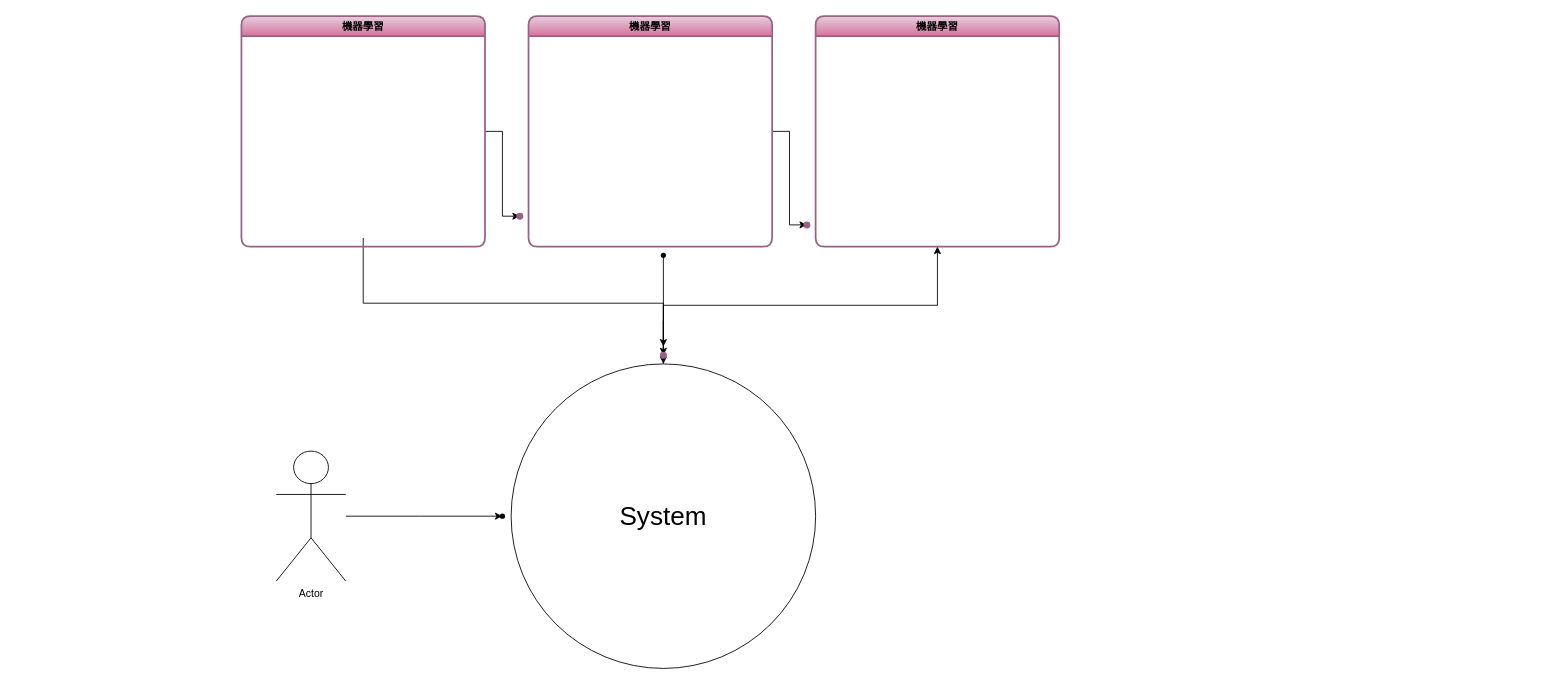
Before: 未命名绘图.drawio in DoraReducator/DoraReducator, a draw.io diagram. Source tidied: cells renumbered, new cells numbered last; positions are measured from the earlier drawing's top-left corner, leaving out a move shared by most shapes. Both pictures are drawn from the tidied source at 87%, with x=0, y=0 at pixel (241, 16). Pictures stored in the file or linked from it are replaced by grey dashed boxes.
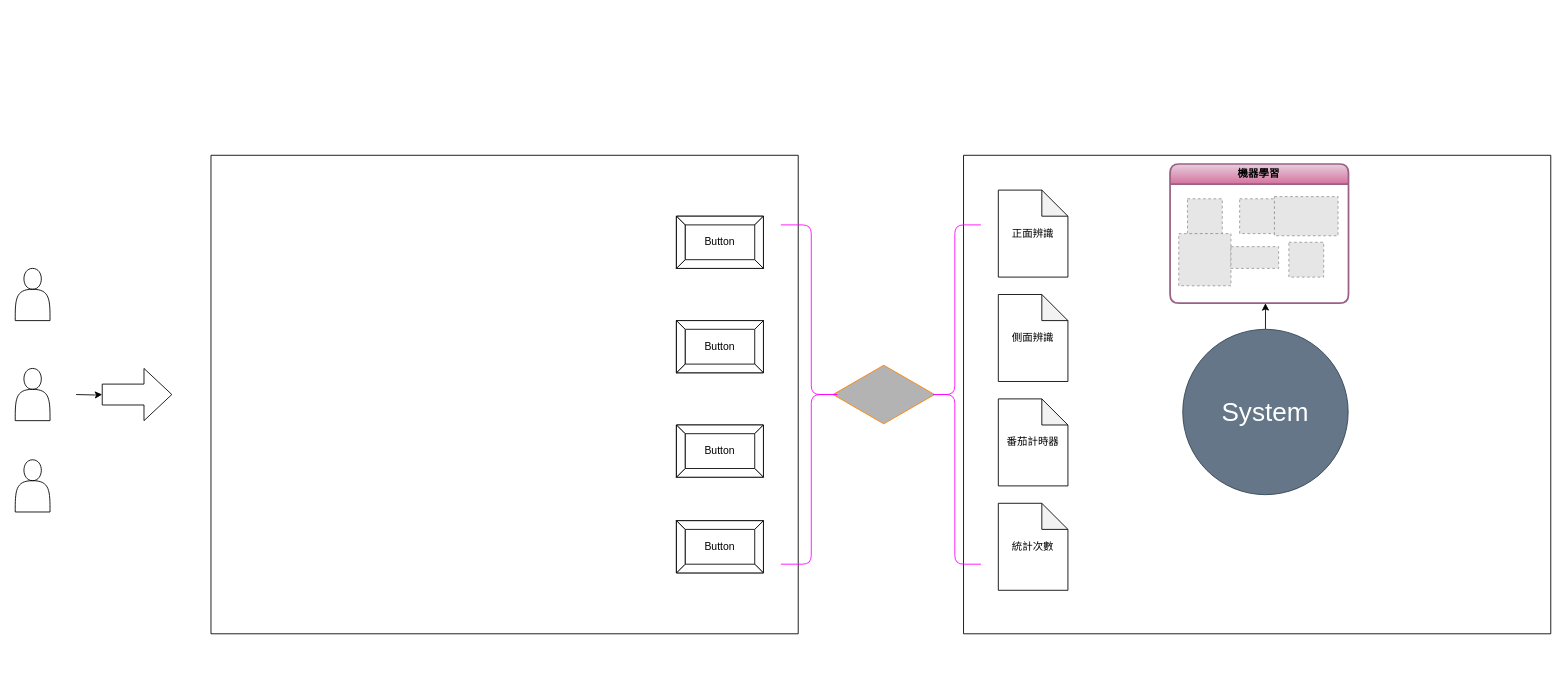
The same page after the edit.

Commit message (it also covers changes not shown here):
更新未命名绘图.drawio

Diff of the diagram source:
```diff
@@
-    <mxCell id="2" style="edgeStyle=orthogonalEdgeStyle;rounded=0;jettySize=auto;html=1;" parent="1" edge="1" source="4" target="10">
-      <mxGeometry relative="1" as="geometry" />
-    </mxCell>
-    <mxCell id="3" style="edgeStyle=orthogonalEdgeStyle;rounded=0;orthogonalLoop=1;jettySize=auto;html=1;" parent="1" edge="1">
-      <mxGeometry relative="1" as="geometry">
-        <mxPoint x="140" y="255" as="sourcePoint" />
-        <mxPoint x="485" y="379.8" as="targetPoint" />
-        <Array as="points">
-          <mxPoint x="140" y="330" />
-          <mxPoint x="485" y="330" />
-        </Array>
-      </mxGeometry>
-    </mxCell>
+    <mxCell id="19" style="edgeStyle=orthogonalEdgeStyle;rounded=0;jettySize=auto;html=1;" parent="1" edge="1" target="32">
+      <mxGeometry relative="1" as="geometry">
+        <mxPoint x="-190" y="435" as="sourcePoint" />
+      </mxGeometry>
+    </mxCell>
+    <mxCell id="20" style="swimlane;startSize=0;" parent="1" vertex="1">
+      <mxGeometry x="830" y="160" width="675" height="550" as="geometry" />
+    </mxCell>
-    <mxCell id="4" value="機器學習" style="swimlane;whiteSpace=wrap;html=1;fillColor=#e6d0de;strokeColor=#996185;gradientColor=#d5739d;fontFamily=Times New Roman;strokeWidth=2;rounded=1;glass=0;shadow=0;" parent="1" vertex="1">
-      <mxGeometry width="280" height="265" as="geometry" />
+    <mxCell id="4" value="機器學習" style="swimlane;whiteSpace=wrap;html=1;fillColor=#e6d0de;strokeColor=#996185;gradientColor=#d5739d;fontFamily=Times New Roman;strokeWidth=2;rounded=1;glass=0;shadow=0;" parent="20" vertex="1">
+      <mxGeometry x="237.4" y="10" width="205.1" height="160" as="geometry" />
     </mxCell>
-    <mxCell id="5" style="edgeStyle=orthogonalEdgeStyle;rounded=0;jettySize=auto;html=1;" parent="1" edge="1" source="6" target="14">
-      <mxGeometry relative="1" as="geometry" />
-    </mxCell>
-    <mxCell id="6" value="Actor" style="shape=umlActor;verticalLabelPosition=bottom;verticalAlign=top;html=1;outlineConnect=0;" parent="1" vertex="1">
-      <mxGeometry x="40" y="500" width="80" height="149.5" as="geometry" />
-    </mxCell>
-    <mxCell id="7" style="edgeStyle=orthogonalEdgeStyle;rounded=0;jettySize=auto;html=1;" parent="1" edge="1" source="8" target="11">
-      <mxGeometry relative="1" as="geometry" />
-    </mxCell>
-    <mxCell id="8" value="機器學習" style="swimlane;whiteSpace=wrap;html=1;fillColor=#e6d0de;strokeColor=#996185;gradientColor=#d5739d;fontFamily=Times New Roman;strokeWidth=2;rounded=1;glass=0;shadow=0;" parent="1" vertex="1">
-      <mxGeometry x="330" width="280" height="265" as="geometry" />
-    </mxCell>
-    <mxCell id="9" value="機器學習" style="swimlane;whiteSpace=wrap;html=1;fillColor=#e6d0de;strokeColor=#996185;gradientColor=#d5739d;fontFamily=Times New Roman;strokeWidth=2;rounded=1;glass=0;shadow=0;" parent="1" vertex="1">
-      <mxGeometry x="660" width="280" height="265" as="geometry" />
-    </mxCell>
-    <mxCell id="10" style="shape=waypoint;sketch=0;size=6;points=[];fillColor=#e6d0de;perimeter=centerPerimeter;snapToPoint=1;fontFamily=Times New Roman;strokeColor=#996185;fontStyle=1;startSize=23;gradientColor=#d5739d;strokeWidth=2;rounded=1;glass=0;shadow=0;" parent="1" vertex="1">
-      <mxGeometry x="310" y="220" width="20" height="20" as="geometry" />
-    </mxCell>
-    <mxCell id="11" style="shape=waypoint;sketch=0;size=6;points=[];fillColor=#e6d0de;perimeter=centerPerimeter;snapToPoint=1;fontFamily=Times New Roman;strokeColor=#996185;fontStyle=1;startSize=23;gradientColor=#d5739d;strokeWidth=2;rounded=1;glass=0;shadow=0;" parent="1" vertex="1">
-      <mxGeometry x="640" y="230" width="20" height="20" as="geometry" />
-    </mxCell>
-    <mxCell id="12" style="edgeStyle=orthogonalEdgeStyle;rounded=0;jettySize=auto;html=1;entryX=0.5;entryY=1;entryDx=0;entryDy=0;" parent="1" edge="1" source="13" target="9">
-      <mxGeometry relative="1" as="geometry" />
-    </mxCell>
+    <mxCell id="21" style="fillColor=#E6E6E6;strokeColor=#999999;dashed=1;verticalLabelPosition=bottom;verticalAlign=top;" parent="4" vertex="1">
+      <mxGeometry x="20" y="40" width="40" height="40" as="geometry" />
+    </mxCell>
+    <mxCell id="22" style="fillColor=#E6E6E6;strokeColor=#999999;dashed=1;verticalLabelPosition=bottom;verticalAlign=top;" parent="4" vertex="1">
+      <mxGeometry x="80" y="40" width="40" height="40" as="geometry" />
+    </mxCell>
+    <mxCell id="23" style="fillColor=#E6E6E6;strokeColor=#999999;dashed=1;verticalLabelPosition=bottom;verticalAlign=top;" parent="4" vertex="1">
+      <mxGeometry x="10" y="80" width="60" height="60" as="geometry" />
+    </mxCell>
+    <mxCell id="24" style="fillColor=#E6E6E6;strokeColor=#999999;dashed=1;verticalLabelPosition=bottom;verticalAlign=top;" parent="4" vertex="1">
+      <mxGeometry x="120" y="37.5" width="73.1" height="45" as="geometry" />
+    </mxCell>
+    <mxCell id="25" style="fillColor=#E6E6E6;strokeColor=#999999;dashed=1;verticalLabelPosition=bottom;verticalAlign=top;" parent="4" vertex="1">
+      <mxGeometry x="70" y="95" width="54.8" height="25" as="geometry" />
+    </mxCell>
+    <mxCell id="26" style="fillColor=#E6E6E6;strokeColor=#999999;dashed=1;verticalLabelPosition=bottom;verticalAlign=top;" parent="4" vertex="1">
+      <mxGeometry x="136.6" y="90" width="40" height="40" as="geometry" />
+    </mxCell>
+    <mxCell id="27" style="edgeStyle=orthogonalEdgeStyle;rounded=0;jettySize=auto;html=1;" parent="20" edge="1" source="13">
+      <mxGeometry relative="1" as="geometry">
+        <mxPoint x="347" y="170" as="targetPoint" />
+      </mxGeometry>
+    </mxCell>
-    <mxCell id="13" value="&lt;font style=&quot;font-size: 30px;&quot;&gt;System&lt;/font&gt;" style="ellipse;whiteSpace=wrap;html=1;fontFamily=Helvetica;" parent="1" vertex="1">
-      <mxGeometry x="310" y="399.8" width="350" height="350" as="geometry" />
+    <mxCell id="13" value="&lt;font style=&quot;font-size: 30px;&quot;&gt;System&lt;/font&gt;" style="ellipse;whiteSpace=wrap;html=1;fontFamily=Helvetica;fillColor=#647687;strokeColor=#314354;fontColor=#ffffff;" parent="20" vertex="1">
+      <mxGeometry x="252" y="200" width="190.1" height="190.1" as="geometry" />
     </mxCell>
-    <mxCell id="14" style="shape=waypoint;sketch=0;size=6;points=[];fillColor=default;perimeter=centerPerimeter;snapToPoint=1;verticalAlign=top;" parent="1" vertex="1">
-      <mxGeometry x="290" y="564.8" width="20" height="20" as="geometry" />
-    </mxCell>
-    <mxCell id="15" style="edgeStyle=orthogonalEdgeStyle;rounded=0;jettySize=auto;html=1;" parent="1" edge="1" source="18" target="13">
-      <mxGeometry relative="1" as="geometry">
-        <Array as="points">
-          <mxPoint x="485" y="350" />
-          <mxPoint x="485" y="350" />
-        </Array>
-      </mxGeometry>
-    </mxCell>
-    <mxCell id="16" style="shape=waypoint;sketch=0;size=6;points=[];fillColor=default;perimeter=centerPerimeter;snapToPoint=1;" parent="1" vertex="1">
-      <mxGeometry x="475" y="265" width="20" height="20" as="geometry" />
-    </mxCell>
-    <mxCell id="17" style="edgeStyle=orthogonalEdgeStyle;rounded=0;jettySize=auto;html=1;" parent="1" edge="1" source="16" target="18">
-      <mxGeometry relative="1" as="geometry" />
-    </mxCell>
-    <mxCell id="18" style="shape=waypoint;sketch=0;size=6;points=[];fillColor=#e6d0de;perimeter=centerPerimeter;snapToPoint=1;fontFamily=Times New Roman;strokeColor=#996185;fontStyle=1;startSize=23;gradientColor=#d5739d;strokeWidth=2;rounded=1;glass=0;shadow=0;" parent="1" vertex="1">
-      <mxGeometry x="475" y="379.8" width="20" height="20" as="geometry" />
-    </mxCell>
+    <mxCell id="28" value="正面辨識" style="shape=note;whiteSpace=wrap;html=1;backgroundOutline=1;darkOpacity=0.05;" parent="20" vertex="1">
+      <mxGeometry x="40" y="40" width="80" height="100" as="geometry" />
+    </mxCell>
+    <mxCell id="29" value="側面辨識" style="shape=note;whiteSpace=wrap;html=1;backgroundOutline=1;darkOpacity=0.05;" parent="20" vertex="1">
+      <mxGeometry x="40" y="160" width="80" height="100" as="geometry" />
+    </mxCell>
+    <mxCell id="30" value="番茄計時器" style="shape=note;whiteSpace=wrap;html=1;backgroundOutline=1;darkOpacity=0.05;" parent="20" vertex="1">
+      <mxGeometry x="40" y="280" width="80" height="100" as="geometry" />
+    </mxCell>
+    <mxCell id="31" value="統計次數" style="shape=note;whiteSpace=wrap;html=1;backgroundOutline=1;darkOpacity=0.05;" parent="20" vertex="1">
+      <mxGeometry x="40" y="400" width="80" height="100" as="geometry" />
+    </mxCell>
+    <mxCell id="32" style="shape=singleArrow;whiteSpace=wrap;html=1;arrowWidth=0.4;arrowSize=0.4;verticalAlign=top;" parent="1" vertex="1">
+      <mxGeometry x="-160" y="405" width="80" height="60" as="geometry" />
+    </mxCell>
+    <mxCell id="33" style="swimlane;startSize=0;" parent="1" vertex="1">
+      <mxGeometry x="-35" y="160" width="675" height="550" as="geometry" />
+    </mxCell>
+    <mxCell id="34" value="Button" style="labelPosition=center;verticalLabelPosition=middle;align=center;html=1;shape=mxgraph.basic.button;dx=10;whiteSpace=wrap;" parent="33" vertex="1">
+      <mxGeometry x="535" y="70" width="100" height="60" as="geometry" />
+    </mxCell>
+    <mxCell id="35" value="Button" style="labelPosition=center;verticalLabelPosition=middle;align=center;html=1;shape=mxgraph.basic.button;dx=10;whiteSpace=wrap;" parent="33" vertex="1">
+      <mxGeometry x="535" y="190" width="100" height="60" as="geometry" />
+    </mxCell>
+    <mxCell id="36" value="Button" style="labelPosition=center;verticalLabelPosition=middle;align=center;html=1;shape=mxgraph.basic.button;dx=10;whiteSpace=wrap;" parent="33" vertex="1">
+      <mxGeometry x="535" y="310" width="100" height="60" as="geometry" />
+    </mxCell>
+    <mxCell id="37" value="Button" style="labelPosition=center;verticalLabelPosition=middle;align=center;html=1;shape=mxgraph.basic.button;dx=10;whiteSpace=wrap;" parent="33" vertex="1">
+      <mxGeometry x="535" y="420" width="100" height="60" as="geometry" />
+    </mxCell>
+    <mxCell id="38" style="html=1;whiteSpace=wrap;shape=isoRectangle;strokeColor=#FF8000;fillColor=#B3B3B3;" parent="1" vertex="1">
+      <mxGeometry x="680" y="400" width="116.7" height="70" as="geometry" />
+    </mxCell>
+    <mxCell id="39" style="shape=curlyBracket;whiteSpace=wrap;html=1;rounded=1;labelPosition=left;verticalLabelPosition=middle;align=right;verticalAlign=middle;strokeColor=#FF00FF;" parent="1" vertex="1">
+      <mxGeometry x="790" y="240" width="60" height="390" as="geometry" />
+    </mxCell>
+    <mxCell id="40" style="shape=actor;whiteSpace=wrap;html=1;" parent="1" vertex="1">
+      <mxGeometry x="-260" y="405" width="40" height="60" as="geometry" />
+    </mxCell>
+    <mxCell id="41" style="shape=actor;whiteSpace=wrap;html=1;" parent="1" vertex="1">
+      <mxGeometry x="-260" y="510" width="40" height="60" as="geometry" />
+    </mxCell>
+    <mxCell id="42" style="shape=actor;whiteSpace=wrap;html=1;" parent="1" vertex="1">
+      <mxGeometry x="-260" y="290" width="40" height="60" as="geometry" />
+    </mxCell>
+    <mxCell id="43" style="shape=curlyBracket;whiteSpace=wrap;html=1;rounded=1;flipH=1;labelPosition=right;verticalLabelPosition=middle;align=left;verticalAlign=middle;strokeColor=#FF00FF;" parent="1" vertex="1">
+      <mxGeometry x="620" y="240" width="70" height="390" as="geometry" />
+    </mxCell>
```
